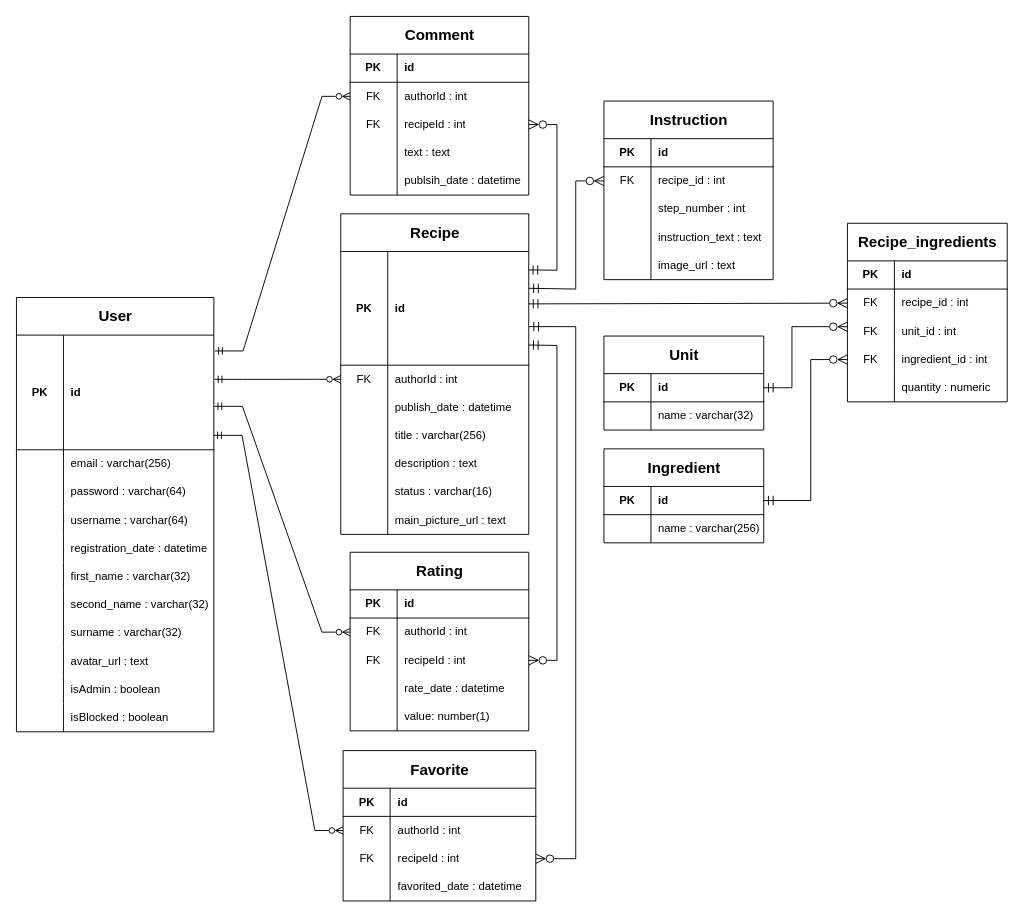
Earlier version of the draw.io diagram docs/ER-diagram/ER-diagram — Web Gastronomy.drawio (BullDigga/web-gastronomy). Source tidied: cells renumbered, new cells numbered last; positions are measured from the earlier drawing's top-left corner, leaving out a move shared by most shapes. Both pictures are drawn from the tidied source at 94%, with x=0, y=0 at pixel (16, 16).
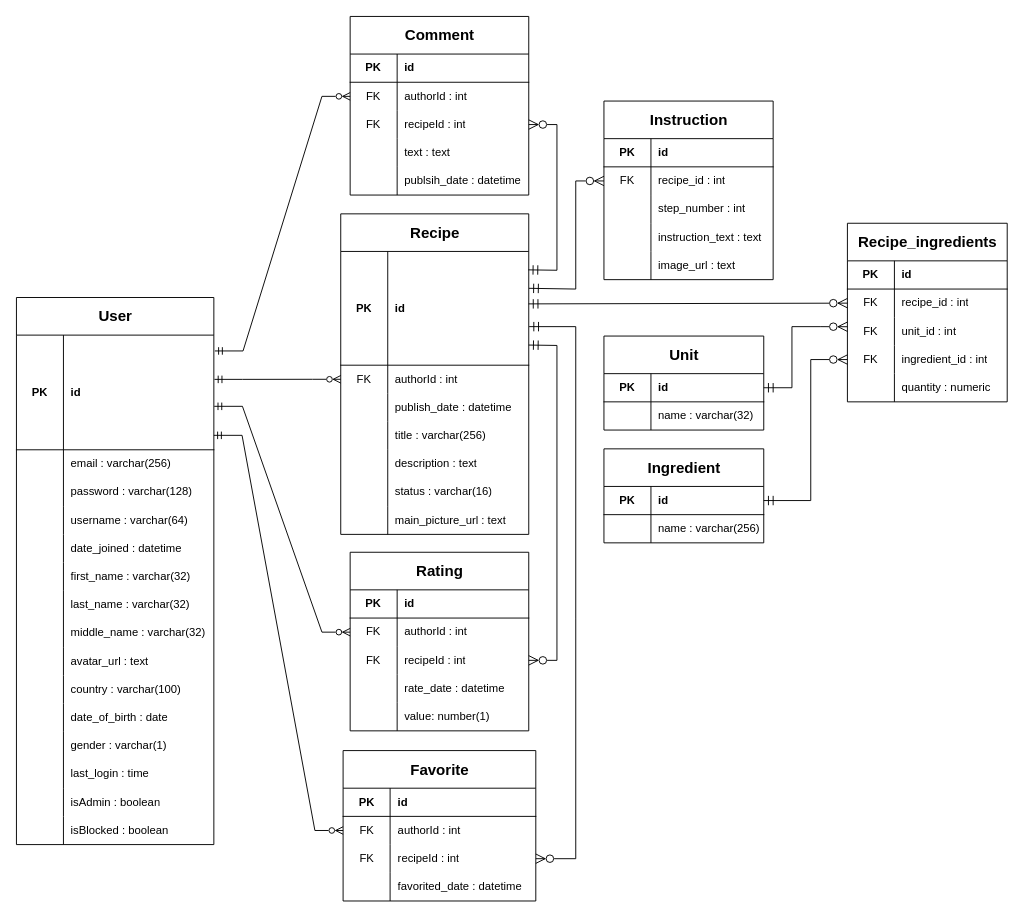
The same diagram, later.

Unchanged cells that the change refers to:
```xml
<mxCell id="9" style="shape=tableRow;horizontal=0;startSize=0;swimlaneHead=0;swimlaneBody=0;fillColor=none;top=0;left=0;right=0;bottom=0;" parent="2" vertex="1">
  <mxGeometry y="192" width="210" height="30" as="geometry" />
</mxCell>
<mxCell id="15" style="shape=tableRow;horizontal=0;startSize=0;swimlaneHead=0;swimlaneBody=0;fillColor=none;top=0;left=0;right=0;bottom=0;" parent="2" vertex="1">
  <mxGeometry y="252" width="210" height="30" as="geometry" />
</mxCell>
<mxCell id="21" style="shape=tableRow;horizontal=0;startSize=0;swimlaneHead=0;swimlaneBody=0;fillColor=none;top=0;left=0;right=0;bottom=0;" parent="2" vertex="1">
  <mxGeometry y="312" width="210" height="30" as="geometry" />
</mxCell>
<mxCell id="24" style="shape=tableRow;horizontal=0;startSize=0;swimlaneHead=0;swimlaneBody=0;fillColor=none;top=0;left=0;right=0;bottom=0;" parent="2" vertex="1">
  <mxGeometry y="342" width="210" height="30" as="geometry" />
</mxCell>
```

What changed in the source:
```diff
@@
     <mxCell id="2" value="User" style="shape=table;startSize=40;childLayout=tableLayout;rowLines=0;fontStyle=1;align=center;html=1;fontSize=16;" parent="1" vertex="1">
-      <mxGeometry y="299" width="210" height="462" as="geometry" />
+      <mxGeometry y="299" width="210" height="582" as="geometry" />
     </mxCell>
@@
-    <mxCell id="11" value="password : varchar(64)" style="shape=partialRectangle;fillColor=none;top=0;left=0;bottom=0;right=0;align=left;spacingLeft=6;overflow=hidden;whiteSpace=wrap;html=1;" parent="9" vertex="1">
+    <mxCell id="11" value="password : varchar(128)" style="shape=partialRectangle;fillColor=none;top=0;left=0;bottom=0;right=0;align=left;spacingLeft=6;overflow=hidden;whiteSpace=wrap;html=1;" parent="9" vertex="1">
       <mxGeometry x="50" width="160" height="30" as="geometry" />
     </mxCell>
@@
-    <mxCell id="17" value="registration_date : datetime" style="shape=partialRectangle;fillColor=none;top=0;left=0;bottom=0;right=0;align=left;spacingLeft=6;overflow=hidden;whiteSpace=wrap;html=1;" parent="15" vertex="1">
+    <mxCell id="17" value="date_joined : datetime" style="shape=partialRectangle;fillColor=none;top=0;left=0;bottom=0;right=0;align=left;spacingLeft=6;overflow=hidden;whiteSpace=wrap;html=1;" parent="15" vertex="1">
       <mxGeometry x="50" width="160" height="30" as="geometry" />
     </mxCell>
@@
-    <mxCell id="23" value="second_name : varchar(32)" style="shape=partialRectangle;fillColor=none;top=0;left=0;bottom=0;right=0;align=left;spacingLeft=6;overflow=hidden;whiteSpace=wrap;html=1;" parent="21" vertex="1">
+    <mxCell id="23" value="last_name : varchar(32)" style="shape=partialRectangle;fillColor=none;top=0;left=0;bottom=0;right=0;align=left;spacingLeft=6;overflow=hidden;whiteSpace=wrap;html=1;" parent="21" vertex="1">
       <mxGeometry x="50" width="160" height="30" as="geometry" />
     </mxCell>
@@
-    <mxCell id="26" value="surname : varchar(32)" style="shape=partialRectangle;fillColor=none;top=0;left=0;bottom=0;right=0;align=left;spacingLeft=6;overflow=hidden;whiteSpace=wrap;html=1;" parent="24" vertex="1">
+    <mxCell id="26" value="middle_name : varchar(32)" style="shape=partialRectangle;fillColor=none;top=0;left=0;bottom=0;right=0;align=left;spacingLeft=6;overflow=hidden;whiteSpace=wrap;html=1;" parent="24" vertex="1">
       <mxGeometry x="50" width="160" height="30" as="geometry" />
     </mxCell>
@@
+    <mxCell id="160" style="shape=tableRow;horizontal=0;startSize=0;swimlaneHead=0;swimlaneBody=0;fillColor=none;top=0;left=0;right=0;bottom=0;" parent="2" vertex="1">
+      <mxGeometry y="402" width="210" height="30" as="geometry" />
+    </mxCell>
+    <mxCell id="161" style="shape=partialRectangle;fillColor=none;top=0;left=0;bottom=0;right=0;overflow=hidden;whiteSpace=wrap;html=1;" parent="160" vertex="1">
+      <mxGeometry width="50" height="30" as="geometry" />
+    </mxCell>
+    <mxCell id="162" value="country : varchar(100)" style="shape=partialRectangle;fillColor=none;top=0;left=0;bottom=0;right=0;align=left;spacingLeft=6;overflow=hidden;whiteSpace=wrap;html=1;" parent="160" vertex="1">
+      <mxGeometry x="50" width="160" height="30" as="geometry" />
+    </mxCell>
+    <mxCell id="163" style="shape=tableRow;horizontal=0;startSize=0;swimlaneHead=0;swimlaneBody=0;fillColor=none;top=0;left=0;right=0;bottom=0;" parent="2" vertex="1">
+      <mxGeometry y="432" width="210" height="30" as="geometry" />
+    </mxCell>
+    <mxCell id="164" style="shape=partialRectangle;fillColor=none;top=0;left=0;bottom=0;right=0;overflow=hidden;whiteSpace=wrap;html=1;" parent="163" vertex="1">
+      <mxGeometry width="50" height="30" as="geometry" />
+    </mxCell>
+    <mxCell id="165" value="date_of_birth : date" style="shape=partialRectangle;fillColor=none;top=0;left=0;bottom=0;right=0;align=left;spacingLeft=6;overflow=hidden;whiteSpace=wrap;html=1;" parent="163" vertex="1">
+      <mxGeometry x="50" width="160" height="30" as="geometry" />
+    </mxCell>
+    <mxCell id="166" style="shape=tableRow;horizontal=0;startSize=0;swimlaneHead=0;swimlaneBody=0;fillColor=none;top=0;left=0;right=0;bottom=0;" parent="2" vertex="1">
+      <mxGeometry y="462" width="210" height="30" as="geometry" />
+    </mxCell>
+    <mxCell id="167" style="shape=partialRectangle;fillColor=none;top=0;left=0;bottom=0;right=0;overflow=hidden;whiteSpace=wrap;html=1;" parent="166" vertex="1">
+      <mxGeometry width="50" height="30" as="geometry" />
+    </mxCell>
+    <mxCell id="168" value="gender : varchar(1)" style="shape=partialRectangle;fillColor=none;top=0;left=0;bottom=0;right=0;align=left;spacingLeft=6;overflow=hidden;whiteSpace=wrap;html=1;" parent="166" vertex="1">
+      <mxGeometry x="50" width="160" height="30" as="geometry" />
+    </mxCell>
+    <mxCell id="169" style="shape=tableRow;horizontal=0;startSize=0;swimlaneHead=0;swimlaneBody=0;fillColor=none;top=0;left=0;right=0;bottom=0;" parent="2" vertex="1">
+      <mxGeometry y="492" width="210" height="30" as="geometry" />
+    </mxCell>
+    <mxCell id="170" style="shape=partialRectangle;fillColor=none;top=0;left=0;bottom=0;right=0;overflow=hidden;whiteSpace=wrap;html=1;" parent="169" vertex="1">
+      <mxGeometry width="50" height="30" as="geometry" />
+    </mxCell>
+    <mxCell id="171" value="last_login : time" style="shape=partialRectangle;fillColor=none;top=0;left=0;bottom=0;right=0;align=left;spacingLeft=6;overflow=hidden;whiteSpace=wrap;html=1;" parent="169" vertex="1">
+      <mxGeometry x="50" width="160" height="30" as="geometry" />
+    </mxCell>
     <mxCell id="30" style="shape=tableRow;horizontal=0;startSize=0;swimlaneHead=0;swimlaneBody=0;fillColor=none;top=0;left=0;right=0;bottom=0;" parent="2" vertex="1">
-      <mxGeometry y="402" width="210" height="30" as="geometry" />
+      <mxGeometry y="522" width="210" height="30" as="geometry" />
     </mxCell>
@@
     <mxCell id="33" style="shape=tableRow;horizontal=0;startSize=0;swimlaneHead=0;swimlaneBody=0;fillColor=none;top=0;left=0;right=0;bottom=0;" parent="2" vertex="1">
-      <mxGeometry y="432" width="210" height="30" as="geometry" />
+      <mxGeometry y="552" width="210" height="30" as="geometry" />
     </mxCell>
```
